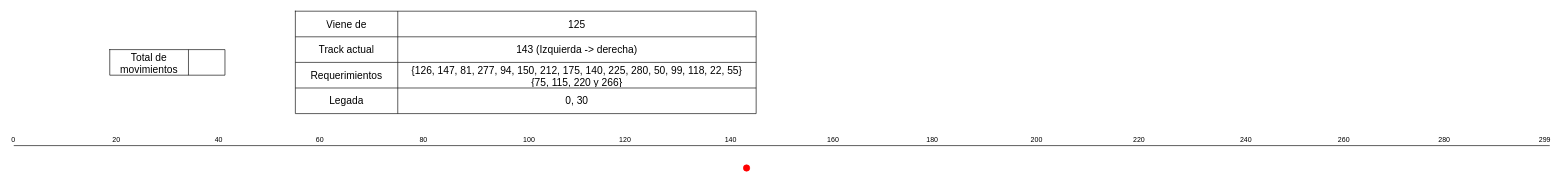
Earlier version of the draw.io diagram 2do semestre/ISO/Prácticas/Prácticas resueltas/practica-6/ejercicio15/ejercicio15.drawio (Pedro0604/2do-LS-LI-API-ATIC). Source tidied: cells renumbered, new cells numbered last; positions are measured from the earlier drawing's top-left corner, leaving out a move shared by most shapes. Both pictures are drawn from the tidied source at 64%, with x=0, y=0 at pixel (13, 11).
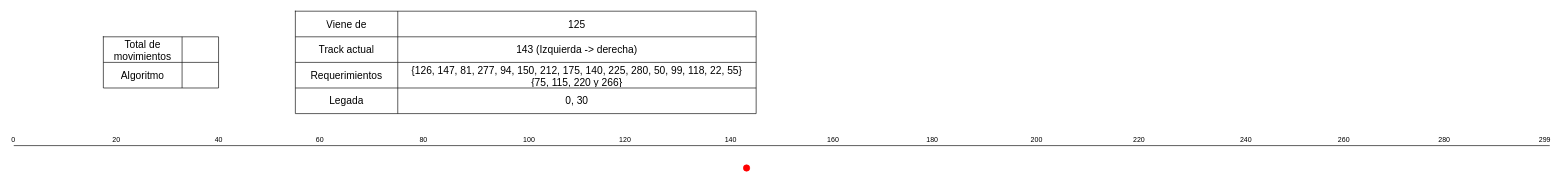
The same page after the edit.

What changed in the source:
```diff
@@
-    <mxCell id="33" style="shape=table;startSize=0;childLayout=tableLayout;fontSize=16;" parent="1" vertex="1">
-      <mxGeometry x="150" y="60" width="180" height="40" as="geometry" />
-    </mxCell>
+    <mxCell id="37" style="shape=table;startSize=0;childLayout=tableLayout;fontSize=16;" parent="1" vertex="1">
+      <mxGeometry x="140" y="40" width="180" height="80" as="geometry" />
+    </mxCell>
-    <mxCell id="34" style="shape=tableRow;horizontal=0;startSize=0;swimlaneHead=0;swimlaneBody=0;strokeColor=inherit;top=0;left=0;bottom=0;right=0;fillColor=none;fontSize=16;" parent="33" vertex="1">
+    <mxCell id="34" style="shape=tableRow;horizontal=0;startSize=0;swimlaneHead=0;swimlaneBody=0;strokeColor=inherit;top=0;left=0;bottom=0;right=0;fillColor=none;fontSize=16;" parent="37" vertex="1">
       <mxGeometry width="180" height="40" as="geometry" />
     </mxCell>
@@
-    <mxCell id="36" style="shape=partialRectangle;html=1;whiteSpace=wrap;strokeColor=inherit;overflow=hidden;fillColor=none;top=0;left=0;bottom=0;right=0;fontSize=16;" parent="34" vertex="1">
-      <mxGeometry x="123" width="57" height="40" as="geometry" />
-    </mxCell>
+    <mxCell id="38" style="shape=partialRectangle;html=1;whiteSpace=wrap;strokeColor=inherit;overflow=hidden;fillColor=none;top=0;left=0;bottom=0;right=0;fontSize=16;" parent="34" vertex="1">
+      <mxGeometry x="123" width="57" height="40" as="geometry" />
+    </mxCell>
+    <mxCell id="39" style="shape=tableRow;horizontal=0;startSize=0;swimlaneHead=0;swimlaneBody=0;strokeColor=inherit;top=0;left=0;bottom=0;right=0;fillColor=none;fontSize=16;" parent="37" vertex="1">
+      <mxGeometry y="40" width="180" height="40" as="geometry" />
+    </mxCell>
+    <mxCell id="40" value="Algoritmo" style="shape=partialRectangle;html=1;whiteSpace=wrap;strokeColor=inherit;overflow=hidden;fillColor=none;top=0;left=0;bottom=0;right=0;fontSize=16;" parent="39" vertex="1">
+      <mxGeometry width="123" height="40" as="geometry" />
+    </mxCell>
+    <mxCell id="41" style="shape=partialRectangle;html=1;whiteSpace=wrap;strokeColor=inherit;overflow=hidden;fillColor=none;top=0;left=0;bottom=0;right=0;fontSize=16;" parent="39" vertex="1">
+      <mxGeometry x="123" width="57" height="40" as="geometry" />
+    </mxCell>
```
